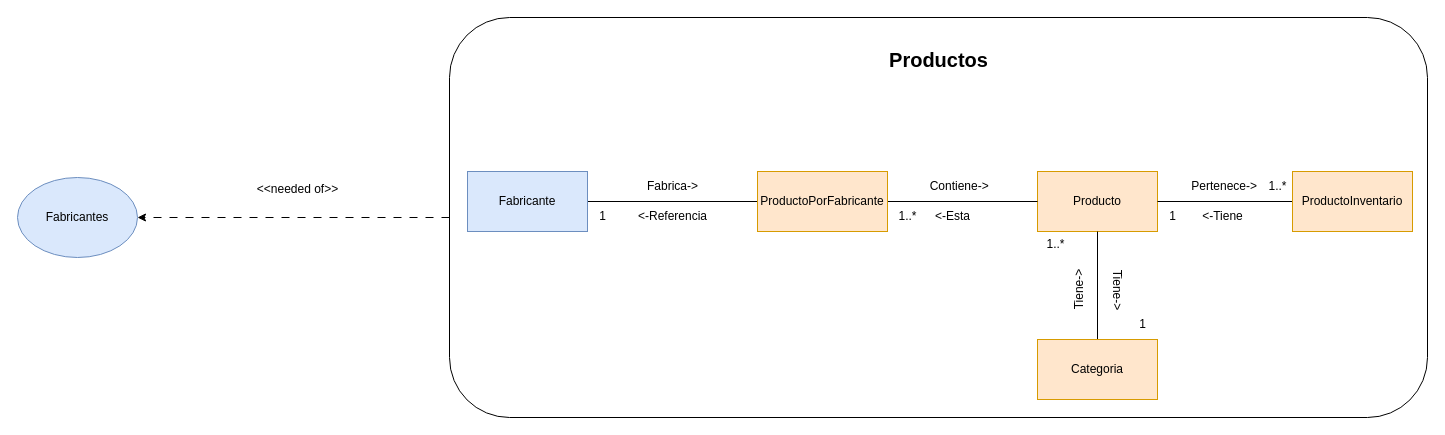
This is page "4.2 Productos-ModeloDominioAcotado" (5 of 12) of SpaOnline/ModeloDominioSpa.drawio from cristianospina/DOO, a draw.io file, before an edit. Source tidied: cells renumbered, new cells numbered last; positions are measured from the earlier drawing's top-left corner, leaving out a move shared by most shapes. Both pictures are drawn from the tidied source at 100%, with x=0, y=0 at pixel (17, 17).
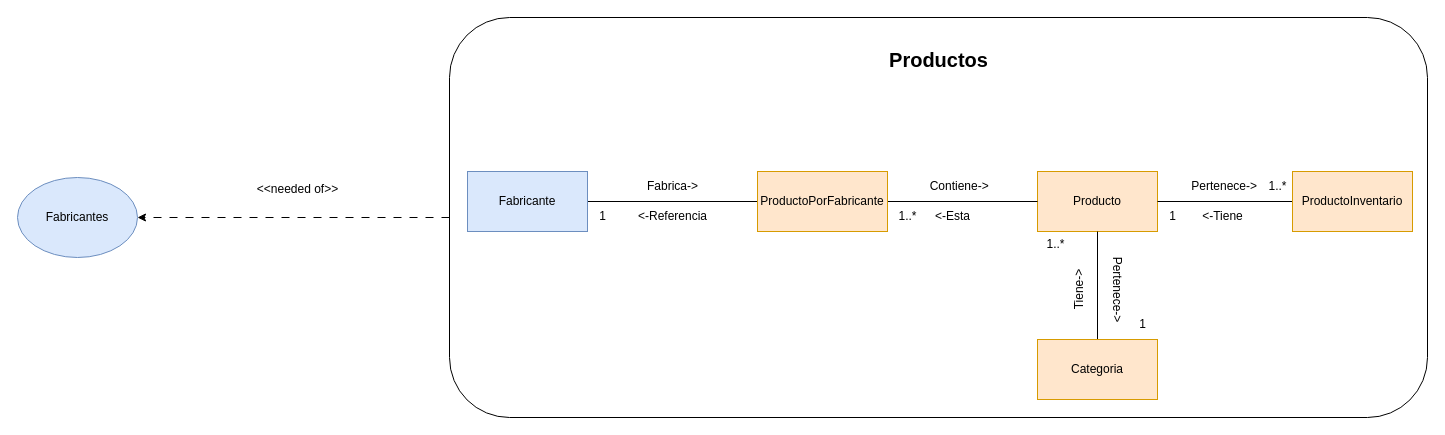
After the change.

Diff of the diagram source:
```diff
@@
-    <mxCell id="27" value="Tiene-&amp;gt;" style="text;html=1;align=center;verticalAlign=middle;strokeColor=none;fillColor=none;rotation=90;" parent="1" vertex="1">
-      <mxGeometry x="1070" y="259" width="59" height="26" as="geometry" />
+    <mxCell id="27" value="Pertenece-&amp;gt;" style="text;html=1;align=center;verticalAlign=middle;strokeColor=none;fillColor=none;rotation=90;" parent="1" vertex="1">
+      <mxGeometry x="1058" y="259" width="84" height="26" as="geometry" />
     </mxCell>
```
